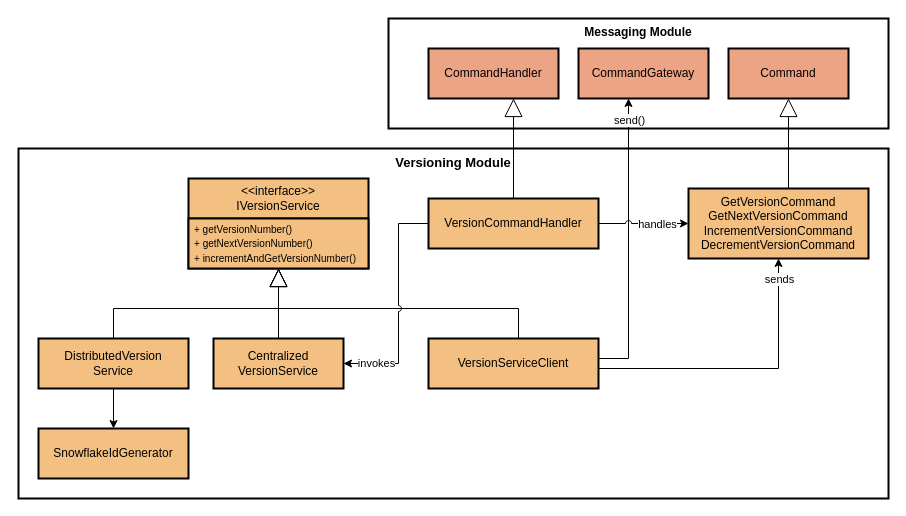
The draw.io diagram data/figs/architecture/layers/layers_version.drawio in socialsoftware/microservices-simulator, before the edit. Source tidied: cells renumbered, new cells numbered last; positions are measured from the earlier drawing's top-left corner, leaving out a move shared by most shapes. Both pictures are drawn from the tidied source at 100%, with x=0, y=0 at pixel (18, 18).
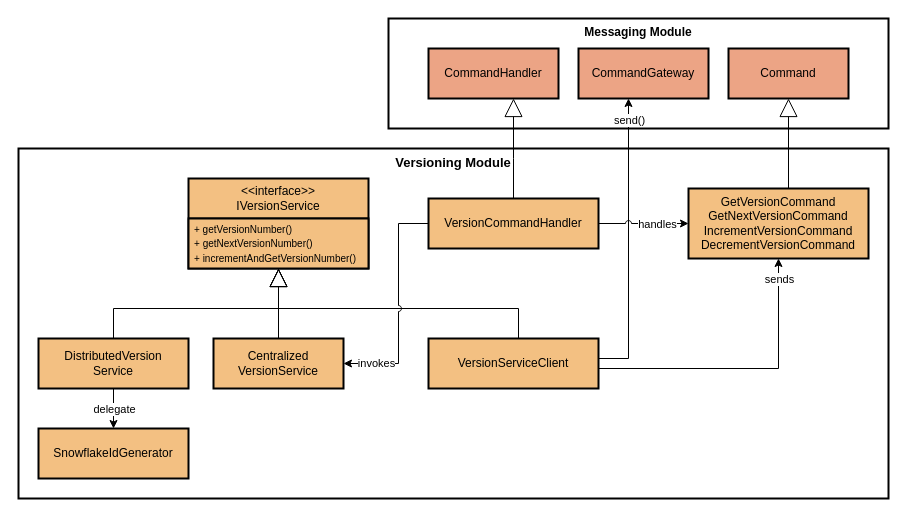
After the change.

The change refers to these unchanged cells:
```xml
<mxCell id="21" style="startArrow=none;endArrow=classic;rounded=0;edgeStyle=orthogonalEdgeStyle;endFill=1;jumpStyle=arc;" parent="1" edge="1" source="5" target="11">
  <mxGeometry relative="1" as="geometry" />
</mxCell>
```

The edit, as a diff of the source:
```diff
@@
+    <mxCell id="29" value="delegate" style="edgeLabel;html=1;align=center;verticalAlign=middle;" parent="21" vertex="1">
+      <mxGeometry x="0.33" relative="1" as="geometry">
+        <mxPoint y="-7" as="offset" />
+      </mxGeometry>
+    </mxCell>
```
